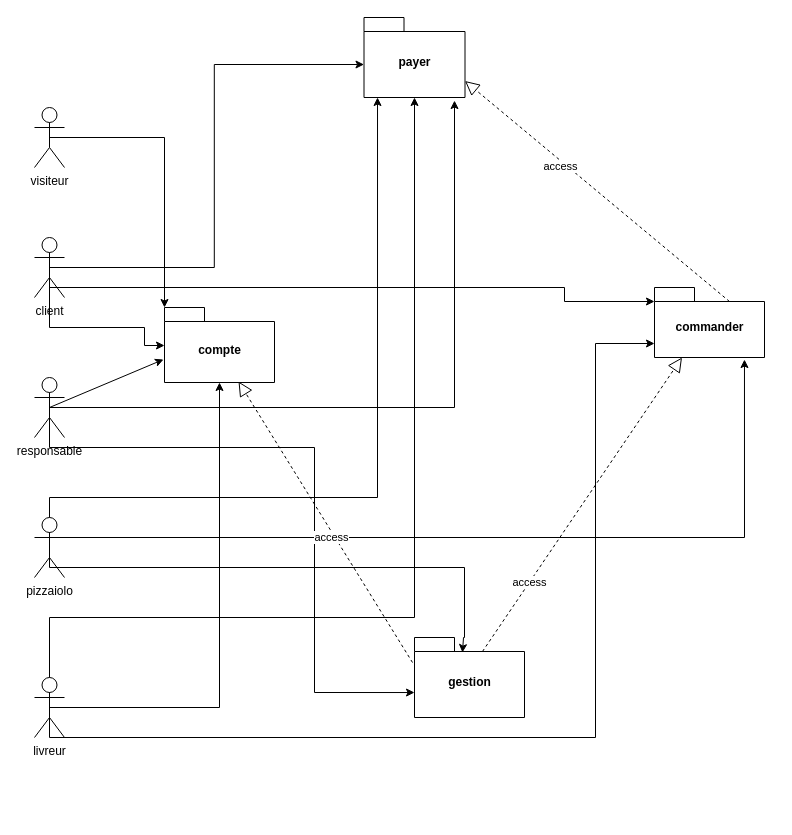
Before: page "diagramme package" (2 of 7) of diagrammes réunis.drawio in robindauteuil/Diagramme_UML, a draw.io diagram. Source tidied: cells renumbered, new cells numbered last; positions are measured from the earlier drawing's top-left corner, leaving out a move shared by most shapes. Both pictures are drawn from the tidied source at 100%, with x=0, y=0 at pixel (34, 17).
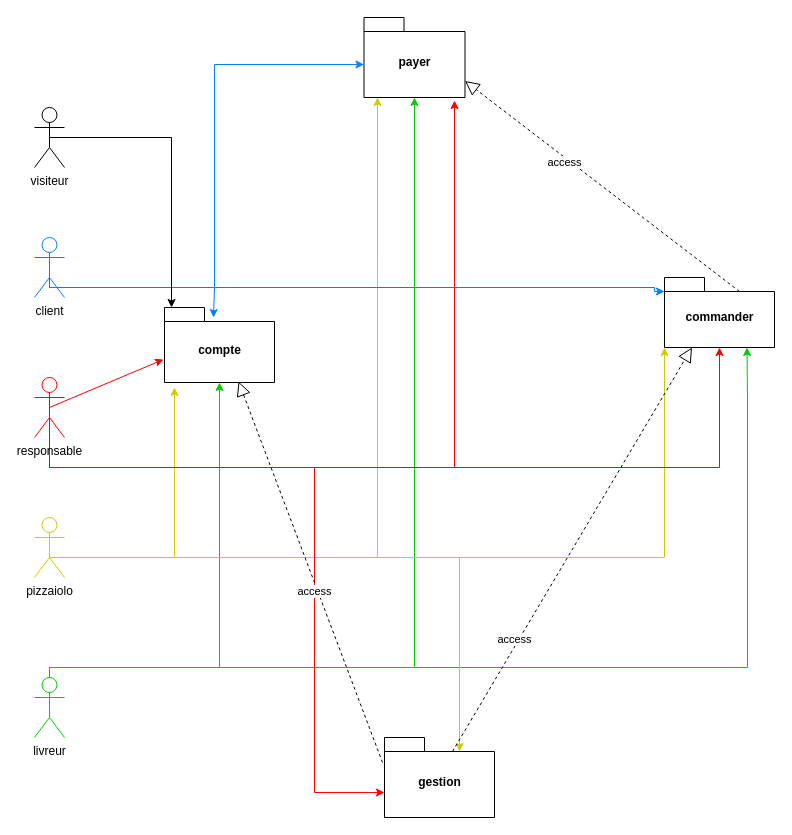
Above is the later version.

The change refers to these unchanged cells:
```xml
<mxCell id="18" value="visiteur" style="shape=umlActor;verticalLabelPosition=bottom;verticalAlign=top;html=1;outlineConnect=0;" parent="1" vertex="1">
  <mxGeometry y="90" width="30" height="60" as="geometry" />
</mxCell>
<mxCell id="26" value="payer" style="shape=folder;fontStyle=1;spacingTop=10;tabWidth=40;tabHeight=14;tabPosition=left;html=1;" parent="1" vertex="1">
  <mxGeometry x="329.5" width="101" height="80" as="geometry" />
</mxCell>
<mxCell id="27" value="compte" style="shape=folder;fontStyle=1;spacingTop=10;tabWidth=40;tabHeight=14;tabPosition=left;html=1;" parent="1" vertex="1">
  <mxGeometry x="130" y="290" width="110" height="75" as="geometry" />
</mxCell>
```

Diff of the diagram source:
```diff
@@
-    <mxCell id="2" style="edgeStyle=orthogonalEdgeStyle;rounded=0;jettySize=auto;html=1;exitX=0.5;exitY=0.5;exitDx=0;exitDy=0;exitPerimeter=0;entryX=0.5;entryY=1;entryDx=0;entryDy=0;entryPerimeter=0;" parent="1" edge="1" source="5" target="27">
-      <mxGeometry relative="1" as="geometry" />
+    <mxCell id="2" style="edgeStyle=orthogonalEdgeStyle;rounded=0;jettySize=auto;html=1;exitX=0.5;exitY=0.5;exitDx=0;exitDy=0;exitPerimeter=0;entryX=0.5;entryY=1;entryDx=0;entryDy=0;entryPerimeter=0;strokeColor=#00CC00;" parent="1" edge="1" source="5" target="27">
+      <mxGeometry relative="1" as="geometry">
+        <Array as="points">
+          <mxPoint x="15" y="650" />
+          <mxPoint x="185" y="650" />
+        </Array>
+      </mxGeometry>
     </mxCell>
-    <mxCell id="3" style="edgeStyle=orthogonalEdgeStyle;rounded=0;jettySize=auto;html=1;exitX=0.5;exitY=0.5;exitDx=0;exitDy=0;exitPerimeter=0;entryX=0.5;entryY=1;entryDx=0;entryDy=0;entryPerimeter=0;" parent="1" edge="1" source="5" target="26">
+    <mxCell id="3" style="edgeStyle=orthogonalEdgeStyle;rounded=0;jettySize=auto;html=1;exitX=0.5;exitY=0.5;exitDx=0;exitDy=0;exitPerimeter=0;entryX=0.5;entryY=1;entryDx=0;entryDy=0;entryPerimeter=0;fillColor=#cce5ff;strokeColor=#00CC00;" parent="1" edge="1" source="5" target="26">
       <mxGeometry relative="1" as="geometry">
         <Array as="points">
-          <mxPoint x="15" y="600" />
-          <mxPoint x="380" y="600" />
+          <mxPoint x="15" y="650" />
+          <mxPoint x="380" y="650" />
         </Array>
       </mxGeometry>
     </mxCell>
-    <mxCell id="4" style="edgeStyle=orthogonalEdgeStyle;rounded=0;jettySize=auto;html=1;exitX=0.5;exitY=0.5;exitDx=0;exitDy=0;exitPerimeter=0;entryX=0;entryY=0;entryDx=0;entryDy=56;entryPerimeter=0;" parent="1" edge="1" source="5" target="29">
+    <mxCell id="4" style="edgeStyle=orthogonalEdgeStyle;rounded=0;jettySize=auto;html=1;exitX=0.5;exitY=0.5;exitDx=0;exitDy=0;exitPerimeter=0;entryX=0.75;entryY=1;entryDx=0;entryDy=0;entryPerimeter=0;strokeColor=#00CC00;" parent="1" edge="1" source="5" target="29">
       <mxGeometry relative="1" as="geometry">
         <Array as="points">
-          <mxPoint x="15" y="720" />
-          <mxPoint x="561" y="720" />
-          <mxPoint x="561" y="326" />
+          <mxPoint x="15" y="650" />
+          <mxPoint x="713" y="650" />
+          <mxPoint x="713" y="380" />
         </Array>
       </mxGeometry>
     </mxCell>
-    <mxCell id="5" value="livreur" style="shape=umlActor;verticalLabelPosition=bottom;verticalAlign=top;html=1;outlineConnect=0;" parent="1" vertex="1">
+    <mxCell id="5" value="livreur" style="shape=umlActor;verticalLabelPosition=bottom;verticalAlign=top;html=1;outlineConnect=0;fillColor=#FFFFFF;strokeColor=#00CC00;" parent="1" vertex="1">
       <mxGeometry y="660" width="30" height="60" as="geometry" />
     </mxCell>
-    <mxCell id="6" style="edgeStyle=orthogonalEdgeStyle;rounded=0;jettySize=auto;html=1;exitX=0.5;exitY=0.5;exitDx=0;exitDy=0;exitPerimeter=0;entryX=0.436;entryY=0.188;entryDx=0;entryDy=0;entryPerimeter=0;" parent="1" edge="1" source="9" target="28">
+    <mxCell id="6" style="edgeStyle=orthogonalEdgeStyle;rounded=0;jettySize=auto;html=1;exitX=0.5;exitY=0.5;exitDx=0;exitDy=0;exitPerimeter=0;entryX=0;entryY=0;entryDx=75;entryDy=14;entryPerimeter=0;gradientColor=#ffa500;fillColor=#ffcd28;strokeColor=#CCCC00;" parent="1" edge="1" source="9" target="28">
       <mxGeometry relative="1" as="geometry">
         <Array as="points">
-          <mxPoint x="15" y="550" />
-          <mxPoint x="430" y="550" />
-          <mxPoint x="430" y="620" />
-          <mxPoint x="429" y="620" />
+          <mxPoint x="15" y="540" />
+          <mxPoint x="425" y="540" />
         </Array>
       </mxGeometry>
     </mxCell>
-    <mxCell id="7" style="edgeStyle=orthogonalEdgeStyle;rounded=0;jettySize=auto;html=1;exitX=0.5;exitY=0.5;exitDx=0;exitDy=0;exitPerimeter=0;entryX=0.134;entryY=1;entryDx=0;entryDy=0;entryPerimeter=0;" parent="1" edge="1" source="9" target="26">
+    <mxCell id="7" style="edgeStyle=orthogonalEdgeStyle;rounded=0;jettySize=auto;html=1;exitX=0.5;exitY=0.5;exitDx=0;exitDy=0;exitPerimeter=0;entryX=0.134;entryY=1;entryDx=0;entryDy=0;entryPerimeter=0;gradientColor=#ffa500;fillColor=#ffcd28;strokeColor=#CCCC00;" parent="1" edge="1" source="9" target="26">
       <mxGeometry relative="1" as="geometry">
         <Array as="points">
-          <mxPoint x="15" y="480" />
-          <mxPoint x="343" y="480" />
+          <mxPoint x="15" y="540" />
+          <mxPoint x="343" y="540" />
         </Array>
       </mxGeometry>
     </mxCell>
-    <mxCell id="8" style="edgeStyle=orthogonalEdgeStyle;rounded=0;jettySize=auto;html=1;exitX=0.5;exitY=0.5;exitDx=0;exitDy=0;exitPerimeter=0;entryX=0.818;entryY=1.029;entryDx=0;entryDy=0;entryPerimeter=0;" parent="1" edge="1" source="9" target="29">
+    <mxCell id="8" style="edgeStyle=orthogonalEdgeStyle;rounded=0;jettySize=auto;html=1;exitX=0.5;exitY=0.5;exitDx=0;exitDy=0;exitPerimeter=0;entryX=0;entryY=0;entryDx=0;entryDy=70;entryPerimeter=0;gradientColor=#ffa500;fillColor=#ffcd28;strokeColor=#CCCC00;" parent="1" edge="1" source="9" target="29">
       <mxGeometry relative="1" as="geometry">
         <Array as="points">
-          <mxPoint x="15" y="520" />
-          <mxPoint x="710" y="520" />
+          <mxPoint x="15" y="540" />
+          <mxPoint x="630" y="540" />
         </Array>
       </mxGeometry>
     </mxCell>
+    <mxCell id="30" style="edgeStyle=orthogonalEdgeStyle;rounded=0;jettySize=auto;html=1;exitX=0.5;exitY=0.5;exitDx=0;exitDy=0;exitPerimeter=0;strokeColor=#CCCC00;" parent="1" edge="1" source="9">
+      <mxGeometry relative="1" as="geometry">
+        <mxPoint x="140" y="370" as="targetPoint" />
+        <Array as="points">
+          <mxPoint x="15" y="540" />
+          <mxPoint x="140" y="540" />
+        </Array>
+      </mxGeometry>
+    </mxCell>
-    <mxCell id="9" value="pizzaiolo" style="shape=umlActor;verticalLabelPosition=bottom;verticalAlign=top;html=1;outlineConnect=0;" parent="1" vertex="1">
+    <mxCell id="9" value="pizzaiolo" style="shape=umlActor;verticalLabelPosition=bottom;verticalAlign=top;html=1;outlineConnect=0;strokeColor=#CCCC00;" parent="1" vertex="1">
       <mxGeometry y="500" width="30" height="60" as="geometry" />
     </mxCell>
-    <mxCell id="10" style="edgeStyle=orthogonalEdgeStyle;rounded=0;jettySize=auto;html=1;exitX=0.5;exitY=0.5;exitDx=0;exitDy=0;exitPerimeter=0;entryX=0;entryY=0.688;entryDx=0;entryDy=0;entryPerimeter=0;" parent="1" edge="1" source="12" target="28">
+    <mxCell id="10" style="edgeStyle=orthogonalEdgeStyle;rounded=0;jettySize=auto;html=1;exitX=0.5;exitY=0.5;exitDx=0;exitDy=0;exitPerimeter=0;entryX=0;entryY=0.688;entryDx=0;entryDy=0;entryPerimeter=0;fillColor=#e51400;strokeColor=#FF0000;" parent="1" edge="1" source="12" target="28">
       <mxGeometry relative="1" as="geometry">
         <Array as="points">
-          <mxPoint x="15" y="430" />
-          <mxPoint x="280" y="430" />
-          <mxPoint x="280" y="675" />
+          <mxPoint x="15" y="450" />
+          <mxPoint x="280" y="450" />
+          <mxPoint x="280" y="775" />
         </Array>
       </mxGeometry>
     </mxCell>
-    <mxCell id="11" style="edgeStyle=orthogonalEdgeStyle;rounded=0;jettySize=auto;html=1;exitX=0.5;exitY=0.5;exitDx=0;exitDy=0;exitPerimeter=0;entryX=0.896;entryY=1.038;entryDx=0;entryDy=0;entryPerimeter=0;" parent="1" edge="1" source="12" target="26">
-      <mxGeometry relative="1" as="geometry" />
+    <mxCell id="11" style="edgeStyle=orthogonalEdgeStyle;rounded=0;jettySize=auto;html=1;exitX=0.5;exitY=0.5;exitDx=0;exitDy=0;exitPerimeter=0;entryX=0.896;entryY=1.038;entryDx=0;entryDy=0;entryPerimeter=0;fillColor=#e51400;strokeColor=#FF0000;" parent="1" edge="1" source="12" target="26">
+      <mxGeometry relative="1" as="geometry">
+        <Array as="points">
+          <mxPoint x="15" y="450" />
+          <mxPoint x="420" y="450" />
+        </Array>
+      </mxGeometry>
     </mxCell>
+    <mxCell id="31" style="edgeStyle=orthogonalEdgeStyle;rounded=0;jettySize=auto;html=1;exitX=0.5;exitY=0.5;exitDx=0;exitDy=0;exitPerimeter=0;strokeColor=#FF0000;" parent="1" edge="1" source="12" target="29">
+      <mxGeometry relative="1" as="geometry">
+        <Array as="points">
+          <mxPoint x="15" y="450" />
+          <mxPoint x="685" y="450" />
+        </Array>
+      </mxGeometry>
+    </mxCell>
-    <mxCell id="12" value="responsable" style="shape=umlActor;verticalLabelPosition=bottom;verticalAlign=top;html=1;outlineConnect=0;" parent="1" vertex="1">
+    <mxCell id="12" value="responsable" style="shape=umlActor;verticalLabelPosition=bottom;verticalAlign=top;html=1;outlineConnect=0;strokeColor=#FF0000;" parent="1" vertex="1">
       <mxGeometry y="360" width="30" height="60" as="geometry" />
     </mxCell>
-    <mxCell id="13" style="edgeStyle=orthogonalEdgeStyle;rounded=0;jettySize=auto;html=1;exitX=0.5;exitY=0.5;exitDx=0;exitDy=0;exitPerimeter=0;entryX=0;entryY=0;entryDx=0;entryDy=47;entryPerimeter=0;" parent="1" edge="1" source="16" target="26">
-      <mxGeometry relative="1" as="geometry" />
+    <mxCell id="13" style="edgeStyle=orthogonalEdgeStyle;rounded=0;jettySize=auto;html=1;exitX=0.5;exitY=0.5;exitDx=0;exitDy=0;exitPerimeter=0;entryX=0;entryY=0;entryDx=0;entryDy=47;entryPerimeter=0;fillColor=#0050ef;strokeColor=#007FFF;" parent="1" edge="1" source="16" target="26">
+      <mxGeometry relative="1" as="geometry">
+        <Array as="points">
+          <mxPoint x="15" y="270" />
+          <mxPoint x="180" y="270" />
+          <mxPoint x="180" y="47" />
+        </Array>
+      </mxGeometry>
     </mxCell>
-    <mxCell id="14" style="edgeStyle=orthogonalEdgeStyle;rounded=0;jettySize=auto;html=1;exitX=0.5;exitY=0.5;exitDx=0;exitDy=0;exitPerimeter=0;entryX=0;entryY=0;entryDx=0;entryDy=14;entryPerimeter=0;" parent="1" edge="1" source="16" target="29">
+    <mxCell id="14" style="edgeStyle=orthogonalEdgeStyle;rounded=0;jettySize=auto;html=1;exitX=0.5;exitY=0.5;exitDx=0;exitDy=0;exitPerimeter=0;entryX=0;entryY=0.2;entryDx=0;entryDy=0;entryPerimeter=0;fillColor=#0050ef;strokeColor=#007FFF;" parent="1" edge="1" source="16" target="29">
       <mxGeometry relative="1" as="geometry">
         <Array as="points">
           <mxPoint x="15" y="270" />
-          <mxPoint x="530" y="270" />
-          <mxPoint x="530" y="284" />
+          <mxPoint x="620" y="270" />
+          <mxPoint x="620" y="274" />
         </Array>
       </mxGeometry>
     </mxCell>
-    <mxCell id="15" style="edgeStyle=orthogonalEdgeStyle;rounded=0;jettySize=auto;html=1;exitX=0.5;exitY=0.5;exitDx=0;exitDy=0;exitPerimeter=0;" parent="1" edge="1" source="16" target="27">
+    <mxCell id="15" style="edgeStyle=orthogonalEdgeStyle;rounded=0;jettySize=auto;html=1;exitX=0.5;exitY=0.5;exitDx=0;exitDy=0;exitPerimeter=0;fillColor=#0050ef;strokeColor=#007FFF;entryX=0.445;entryY=0.133;entryDx=0;entryDy=0;entryPerimeter=0;" parent="1" edge="1" source="16" target="27">
       <mxGeometry relative="1" as="geometry">
         <Array as="points">
-          <mxPoint x="15" y="310" />
-          <mxPoint x="110" y="310" />
-          <mxPoint x="110" y="328" />
+          <mxPoint x="15" y="270" />
+          <mxPoint x="180" y="270" />
         </Array>
       </mxGeometry>
     </mxCell>
-    <mxCell id="16" value="client" style="shape=umlActor;verticalLabelPosition=bottom;verticalAlign=top;html=1;outlineConnect=0;" parent="1" vertex="1">
+    <mxCell id="16" value="client" style="shape=umlActor;verticalLabelPosition=bottom;verticalAlign=top;html=1;outlineConnect=0;strokeColor=#007FFF;" parent="1" vertex="1">
       <mxGeometry y="220" width="30" height="60" as="geometry" />
     </mxCell>
-    <mxCell id="17" style="edgeStyle=orthogonalEdgeStyle;rounded=0;jettySize=auto;html=1;exitX=0.5;exitY=0.5;exitDx=0;exitDy=0;exitPerimeter=0;entryX=0;entryY=0;entryDx=0;entryDy=0;entryPerimeter=0;" parent="1" edge="1" source="18" target="27">
+    <mxCell id="17" style="edgeStyle=orthogonalEdgeStyle;rounded=0;jettySize=auto;html=1;exitX=0.5;exitY=0.5;exitDx=0;exitDy=0;exitPerimeter=0;entryX=0.064;entryY=0;entryDx=0;entryDy=0;entryPerimeter=0;" parent="1" edge="1" source="18" target="27">
       <mxGeometry relative="1" as="geometry">
         <Array as="points">
-          <mxPoint x="130" y="120" />
+          <mxPoint x="137" y="120" />
         </Array>
       </mxGeometry>
     </mxCell>
@@
-    <mxCell id="19" style="endArrow=classic;html=1;exitX=0.5;exitY=0.5;exitDx=0;exitDy=0;exitPerimeter=0;entryX=-0.009;entryY=0.693;entryDx=0;entryDy=0;entryPerimeter=0;" parent="1" edge="1" source="12" target="27">
+    <mxCell id="19" style="endArrow=classic;html=1;exitX=0.5;exitY=0.5;exitDx=0;exitDy=0;exitPerimeter=0;entryX=-0.009;entryY=0.693;entryDx=0;entryDy=0;entryPerimeter=0;fillColor=#e51400;strokeColor=#FF0000;" parent="1" edge="1" source="12" target="27">
       <mxGeometry relative="1" as="geometry" />
     </mxCell>
@@
     <mxCell id="28" value="gestion" style="shape=folder;fontStyle=1;spacingTop=10;tabWidth=40;tabHeight=14;tabPosition=left;html=1;" parent="1" vertex="1">
-      <mxGeometry x="380" y="620" width="110" height="80" as="geometry" />
+      <mxGeometry x="350" y="720" width="110" height="80" as="geometry" />
     </mxCell>
     <mxCell id="29" value="commander" style="shape=folder;fontStyle=1;spacingTop=10;tabWidth=40;tabHeight=14;tabPosition=left;html=1;" parent="1" vertex="1">
-      <mxGeometry x="620" y="270" width="110" height="70" as="geometry" />
+      <mxGeometry x="630" y="260" width="110" height="70" as="geometry" />
     </mxCell>
```
